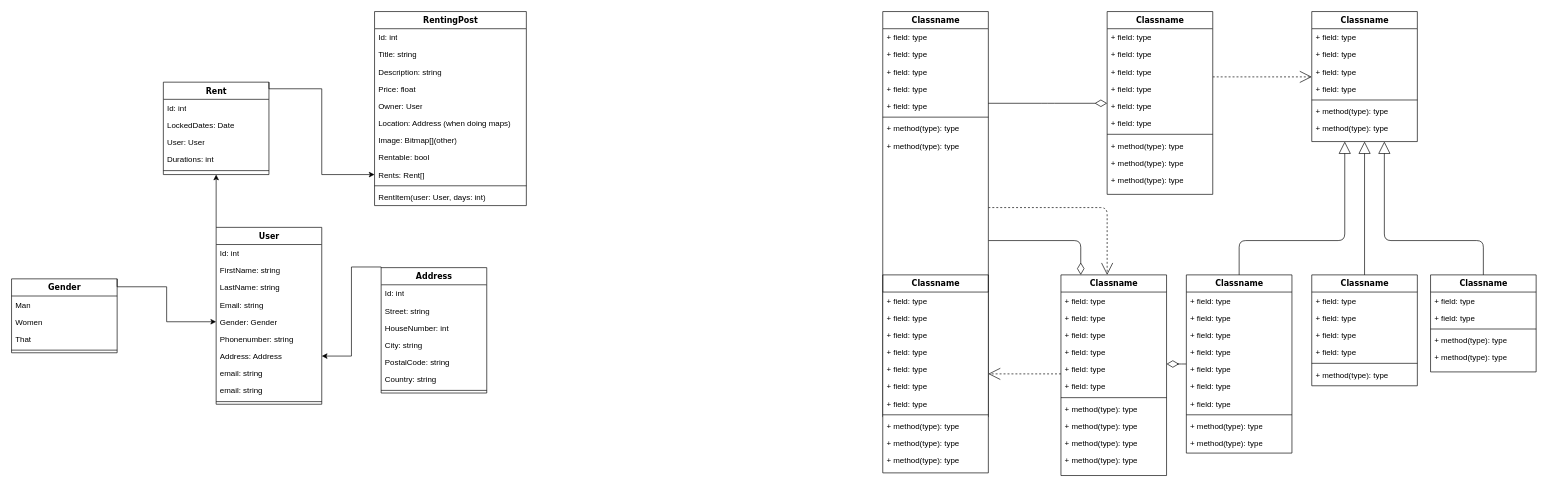
This is class_diagram.drawio from Byijel/RentingApp, a draw.io file, before an edit. Source tidied: cells renumbered, new cells numbered last; positions are measured from the earlier drawing's top-left corner, leaving out a move shared by most shapes. Both pictures are drawn from the tidied source at 66%, with x=0, y=0 at pixel (11, 11).
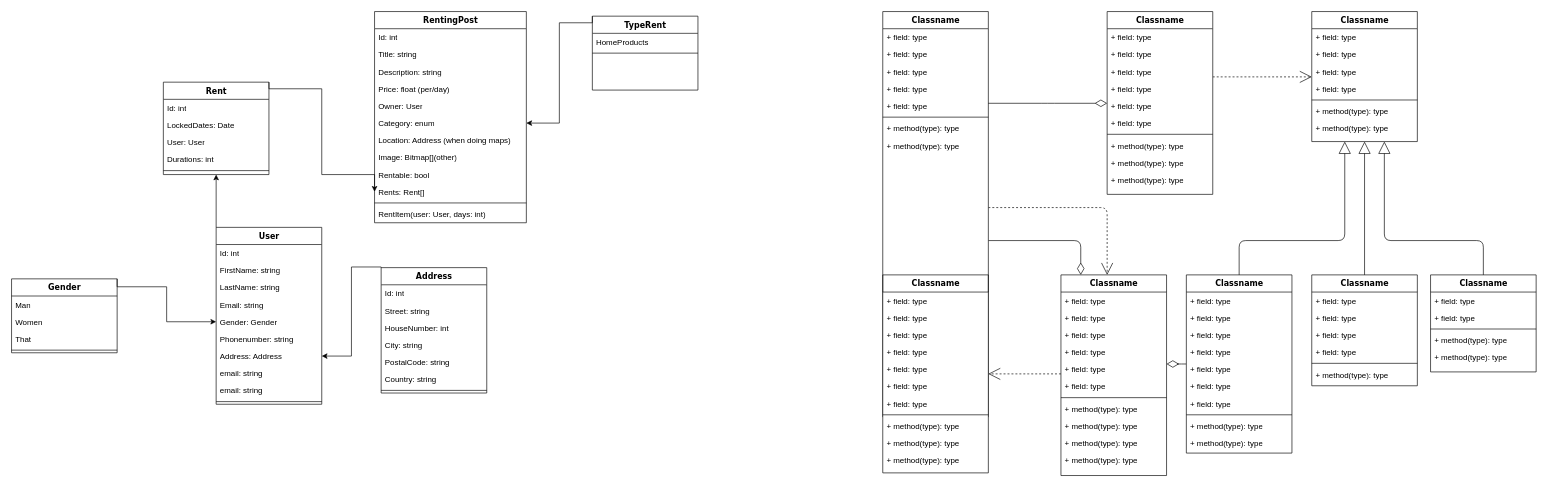
Above is the later version.

Commit message (it also covers changes not shown here):
rentings out basic page with images. (updated class diagram)

The edit, as a diff of the source:
```diff
@@
     <mxCell id="87" value="RentingPost" style="swimlane;html=1;fontStyle=1;align=center;verticalAlign=top;horizontal=1;startSize=26;swimlaneFillColor=#ffffff;rounded=0;shadow=0;comic=0;labelBackgroundColor=none;strokeWidth=1;fillColor=none;fontFamily=Verdana;fontSize=12;" parent="1" vertex="1">
-      <mxGeometry x="550" width="230" height="294" as="geometry" />
+      <mxGeometry x="550" width="230" height="320" as="geometry" />
     </mxCell>
@@
-    <mxCell id="91" value="Price: float" style="text;html=1;strokeColor=none;fillColor=none;align=left;verticalAlign=top;spacingLeft=4;spacingRight=4;whiteSpace=wrap;overflow=hidden;" parent="87" vertex="1">
+    <mxCell id="91" value="Price: float (per/day)" style="text;html=1;strokeColor=none;fillColor=none;align=left;verticalAlign=top;spacingLeft=4;spacingRight=4;whiteSpace=wrap;overflow=hidden;" parent="87" vertex="1">
       <mxGeometry y="104" width="230" height="26" as="geometry" />
     </mxCell>
@@
+    <mxCell id="133" value="Category: enum" style="text;html=1;strokeColor=none;fillColor=none;align=left;verticalAlign=top;spacingLeft=4;spacingRight=4;whiteSpace=wrap;overflow=hidden;points=[[0,0.5],[1,0.5]];portConstraint=eastwest;" parent="87" vertex="1">
+      <mxGeometry y="156" width="230" height="26" as="geometry" />
+    </mxCell>
     <mxCell id="93" value="Location: Address (when doing maps)" style="text;html=1;strokeColor=none;fillColor=none;align=left;verticalAlign=top;spacingLeft=4;spacingRight=4;whiteSpace=wrap;overflow=hidden;" parent="87" vertex="1">
-      <mxGeometry y="156" width="230" height="26" as="geometry" />
+      <mxGeometry y="182" width="230" height="26" as="geometry" />
     </mxCell>
     <mxCell id="94" value="Image: Bitmap[](other)" style="text;html=1;strokeColor=none;fillColor=none;align=left;verticalAlign=top;spacingLeft=4;spacingRight=4;whiteSpace=wrap;overflow=hidden;" parent="87" vertex="1">
-      <mxGeometry y="182" width="230" height="26" as="geometry" />
+      <mxGeometry y="208" width="230" height="26" as="geometry" />
     </mxCell>
     <mxCell id="95" value="Rentable: bool&amp;nbsp;" style="text;html=1;strokeColor=none;fillColor=none;align=left;verticalAlign=top;spacingLeft=4;spacingRight=4;whiteSpace=wrap;overflow=hidden;" parent="87" vertex="1">
-      <mxGeometry y="208" width="230" height="26" as="geometry" />
+      <mxGeometry y="234" width="230" height="26" as="geometry" />
     </mxCell>
     <mxCell id="96" value="Rents: Rent[]" style="text;html=1;strokeColor=none;fillColor=none;align=left;verticalAlign=top;spacingLeft=4;spacingRight=4;whiteSpace=wrap;overflow=hidden;points=[[0,0.5],[1,0.5]];portConstraint=eastwest;" parent="87" vertex="1">
-      <mxGeometry y="234" width="230" height="26" as="geometry" />
+      <mxGeometry y="260" width="230" height="26" as="geometry" />
     </mxCell>
     <mxCell id="97" style="line;html=1;strokeWidth=1;fillColor=none;align=left;verticalAlign=middle;spacingTop=-1;spacingLeft=3;spacingRight=3;labelPosition=right;" parent="87" vertex="1">
-      <mxGeometry y="260" width="230" height="8" as="geometry" />
+      <mxGeometry y="286" width="230" height="8" as="geometry" />
     </mxCell>
     <mxCell id="98" value="RentItem(user: User, days: int)&lt;div&gt;&lt;br&gt;&lt;/div&gt;" style="text;html=1;strokeColor=none;fillColor=none;align=left;verticalAlign=top;spacingLeft=4;spacingRight=4;whiteSpace=wrap;overflow=hidden;" parent="87" vertex="1">
-      <mxGeometry y="268" width="230" height="26" as="geometry" />
+      <mxGeometry y="294" width="230" height="26" as="geometry" />
     </mxCell>
@@
+    <mxCell id="134" style="edgeStyle=orthogonalEdgeStyle;rounded=0;jettySize=auto;html=1;exitX=0;exitY=0;exitDx=0;exitDy=0;entryX=1;entryY=0.5;entryDx=0;entryDy=0;" parent="1" edge="1" source="135" target="133">
+      <mxGeometry relative="1" as="geometry">
+        <Array as="points">
+          <mxPoint x="880" y="17" />
+          <mxPoint x="830" y="17" />
+          <mxPoint x="830" y="169" />
+        </Array>
+      </mxGeometry>
+    </mxCell>
+    <mxCell id="135" value="TypeRent" style="swimlane;html=1;fontStyle=1;align=center;verticalAlign=top;horizontal=1;startSize=26;swimlaneFillColor=#ffffff;rounded=0;shadow=0;comic=0;labelBackgroundColor=none;strokeWidth=1;fillColor=none;fontFamily=Verdana;fontSize=12;" parent="1" vertex="1">
+      <mxGeometry x="880" y="7" width="160" height="112" as="geometry" />
+    </mxCell>
+    <mxCell id="136" value="HomeProducts&lt;div&gt;&lt;br&gt;&lt;/div&gt;" style="text;html=1;strokeColor=none;fillColor=none;align=left;verticalAlign=top;spacingLeft=4;spacingRight=4;whiteSpace=wrap;overflow=hidden;" parent="135" vertex="1">
+      <mxGeometry y="26" width="160" height="26" as="geometry" />
+    </mxCell>
+    <mxCell id="137" style="line;html=1;strokeWidth=1;fillColor=none;align=left;verticalAlign=middle;spacingTop=-1;spacingLeft=3;spacingRight=3;labelPosition=right;" parent="135" vertex="1">
+      <mxGeometry y="52" width="160" height="8" as="geometry" />
+    </mxCell>
```
